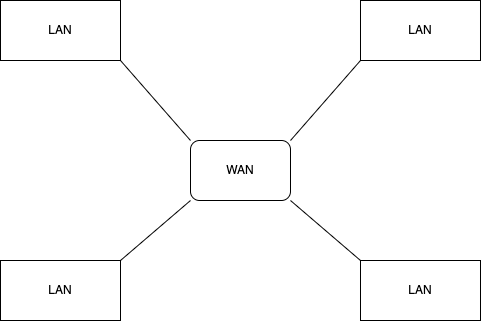
This is static/images/blog_posts/42seoul/netpractice/netpractice01.drawio.png from Chanwoong1/Chanwoong1.github.io, a draw.io export, as it was before one commit. Source tidied: cells renumbered, new cells last; positions are measured from the earlier drawing's top-left corner, leaving out a move shared by most shapes.
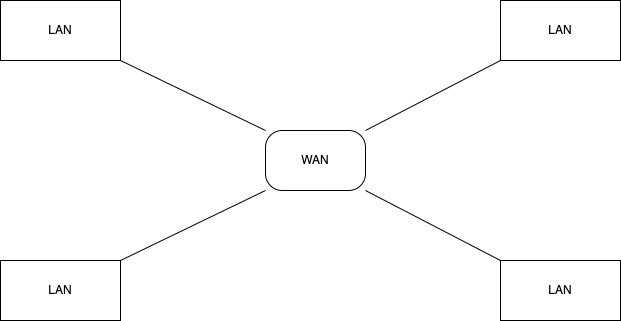
Above is the later version.

Change to the diagram source:
```diff
@@ -2,11 +2,6 @@
   <root>
     <mxCell id="0" />
     <mxCell id="1" parent="0" />
-    <mxCell id="2" style="edgeStyle=none;html=1;exitX=1;exitY=0;exitDx=0;exitDy=0;endArrow=none;endFill=0;" parent="1" edge="1" source="6">
-      <mxGeometry relative="1" as="geometry">
-        <mxPoint x="360" y="60" as="targetPoint" />
-      </mxGeometry>
-    </mxCell>
     <mxCell id="3" style="edgeStyle=none;html=1;exitX=0;exitY=0;exitDx=0;exitDy=0;entryX=1;entryY=1;entryDx=0;entryDy=0;endArrow=none;endFill=0;" parent="1" edge="1" source="6" target="8">
       <mxGeometry relative="1" as="geometry" />
     </mxCell>
@@ -16,20 +11,23 @@
     <mxCell id="5" style="edgeStyle=none;html=1;exitX=1;exitY=1;exitDx=0;exitDy=0;entryX=0;entryY=0;entryDx=0;entryDy=0;endArrow=none;endFill=0;" parent="1" edge="1" source="6" target="10">
       <mxGeometry relative="1" as="geometry" />
     </mxCell>
+    <mxCell id="11" style="edgeStyle=none;html=1;exitX=1;exitY=0;exitDx=0;exitDy=0;entryX=0;entryY=1;entryDx=0;entryDy=0;fontSize=20;endArrow=none;endFill=0;" parent="1" edge="1" source="6" target="7">
+      <mxGeometry relative="1" as="geometry" />
+    </mxCell>
-    <mxCell id="6" value="WAN" style="rounded=1;whiteSpace=wrap;html=1;" parent="1" vertex="1">
-      <mxGeometry x="190" y="140" width="100" height="60" as="geometry" />
+    <mxCell id="6" value="WAN" style="rounded=1;whiteSpace=wrap;html=1;arcSize=28;" parent="1" vertex="1">
+      <mxGeometry x="295" y="130" width="100" height="60" as="geometry" />
     </mxCell>
     <mxCell id="7" value="LAN" style="rounded=0;whiteSpace=wrap;html=1;" parent="1" vertex="1">
-      <mxGeometry x="360" width="120" height="60" as="geometry" />
+      <mxGeometry x="530" width="120" height="60" as="geometry" />
     </mxCell>
     <mxCell id="8" value="LAN" style="rounded=0;whiteSpace=wrap;html=1;" parent="1" vertex="1">
-      <mxGeometry width="120" height="60" as="geometry" />
+      <mxGeometry x="30" width="120" height="60" as="geometry" />
     </mxCell>
     <mxCell id="9" value="LAN" style="rounded=0;whiteSpace=wrap;html=1;" parent="1" vertex="1">
-      <mxGeometry y="260" width="120" height="60" as="geometry" />
+      <mxGeometry x="30" y="260" width="120" height="60" as="geometry" />
     </mxCell>
     <mxCell id="10" value="LAN" style="rounded=0;whiteSpace=wrap;html=1;" parent="1" vertex="1">
-      <mxGeometry x="360" y="260" width="120" height="60" as="geometry" />
+      <mxGeometry x="530" y="260" width="120" height="60" as="geometry" />
     </mxCell>
   </root>
 </mxGraphModel>
```
